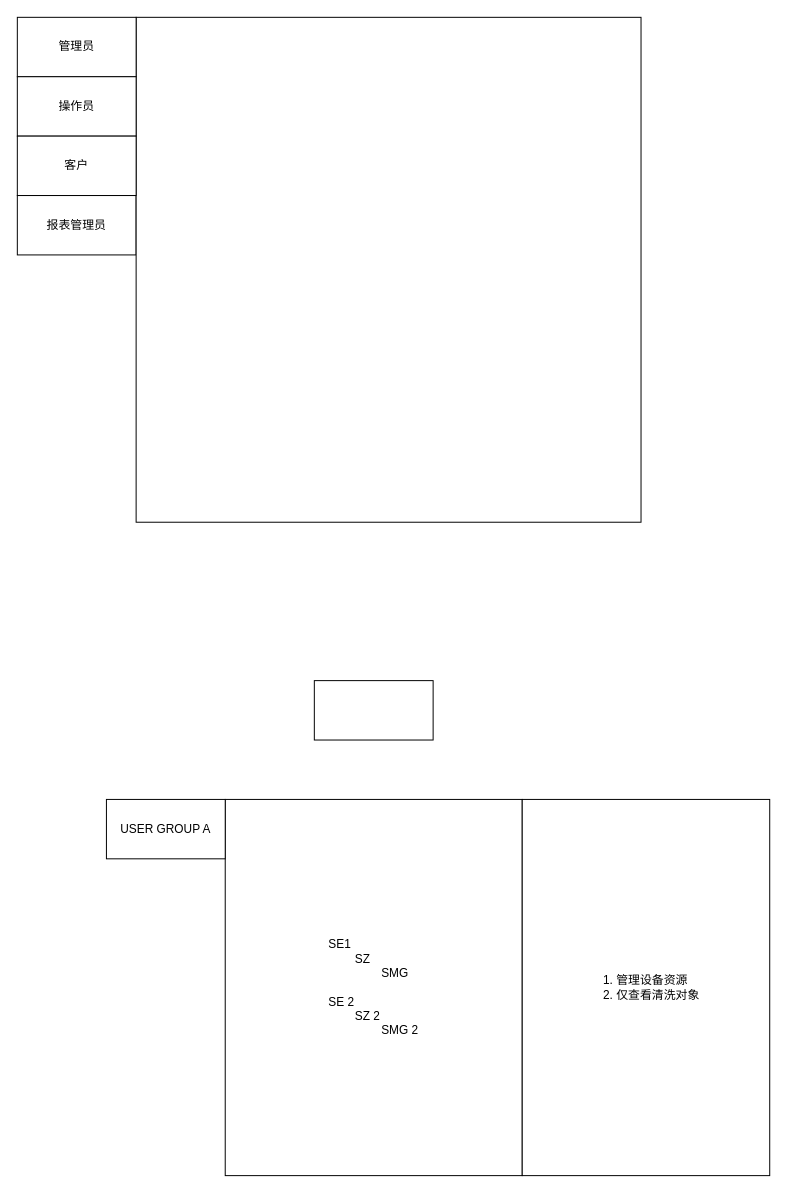
Above: adbos/adbos - permissions.drawio in dtdg0322/draw.io (draw.io), before the change. Source tidied: cells renumbered, new cells numbered last; positions are measured from the earlier drawing's top-left corner, leaving out a move shared by most shapes. Both pictures are drawn from the tidied source at 99%, with x=0, y=0 at pixel (17, 17).
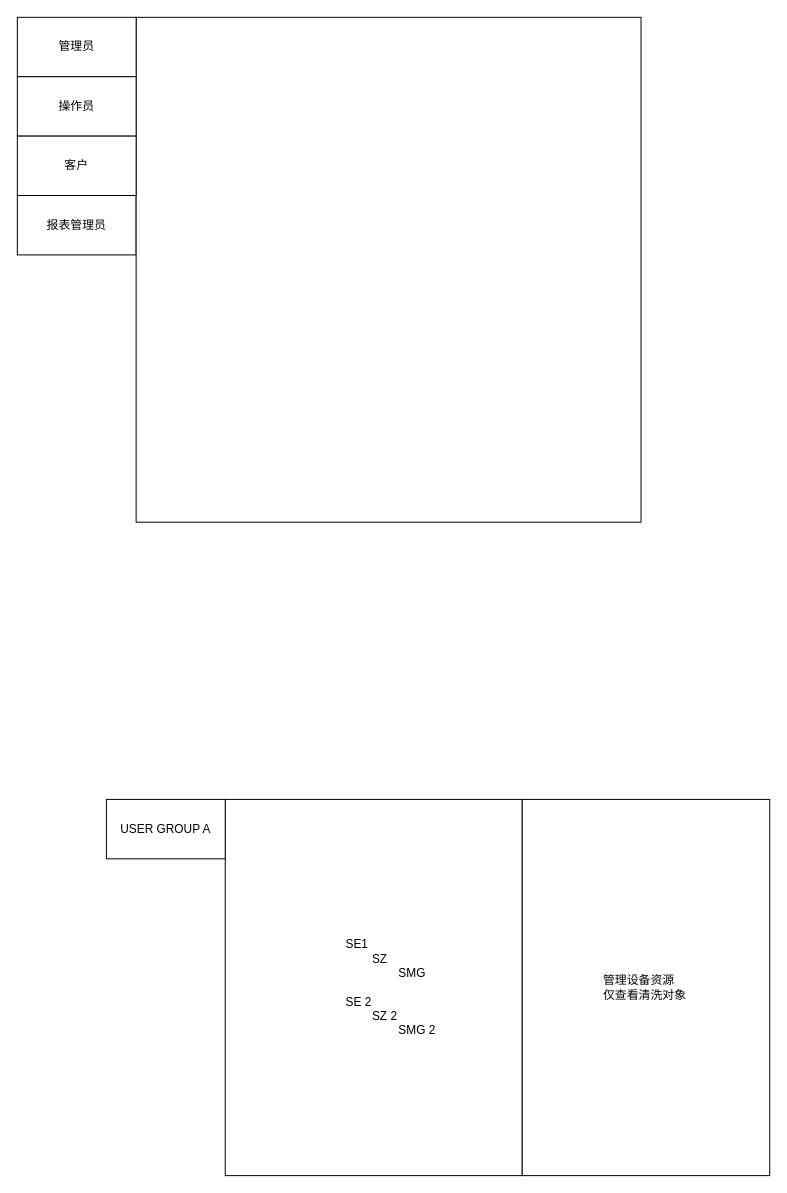
After the change.

Change to the diagram source:
```diff
@@
 <mxGraphModel>
   <root>
     <mxCell id="0" />
     <mxCell id="1" parent="0" />
-    <mxCell id="2" value="&lt;div style=&quot;text-align: left;&quot;&gt;&lt;span style=&quot;background-color: transparent; color: light-dark(rgb(0, 0, 0), rgb(255, 255, 255));&quot;&gt;SE1&lt;/span&gt;&lt;/div&gt;&lt;div&gt;&lt;div style=&quot;text-align: left;&quot;&gt;&lt;span style=&quot;background-color: transparent; color: light-dark(rgb(0, 0, 0), rgb(255, 255, 255));&quot;&gt;&lt;span style=&quot;white-space: pre;&quot;&gt;&#9;&lt;/span&gt;SZ&lt;/span&gt;&lt;/div&gt;&lt;span style=&quot;white-space: pre;&quot;&gt;&lt;div style=&quot;text-align: left;&quot;&gt;&lt;span style=&quot;background-color: transparent; color: light-dark(rgb(0, 0, 0), rgb(255, 255, 255));&quot;&gt;&#9;&lt;span style=&quot;white-space: pre;&quot;&gt;&#9;&lt;/span&gt;&lt;/span&gt;&lt;span style=&quot;background-color: transparent; color: light-dark(rgb(0, 0, 0), rgb(255, 255, 255)); white-space: normal;&quot;&gt;SMG&lt;/span&gt;&lt;/div&gt;&lt;/span&gt;&lt;/div&gt;&lt;div&gt;&lt;div style=&quot;text-align: left;&quot;&gt;&lt;br&gt;&lt;/div&gt;&lt;div style=&quot;text-align: left;&quot;&gt;&lt;span style=&quot;background-color: transparent; color: light-dark(rgb(0, 0, 0), rgb(255, 255, 255));&quot;&gt;SE 2&lt;/span&gt;&lt;/div&gt;&lt;div style=&quot;text-align: left;&quot;&gt;&lt;span style=&quot;background-color: transparent; color: light-dark(rgb(0, 0, 0), rgb(255, 255, 255)); white-space: pre;&quot;&gt;&#9;&lt;/span&gt;&lt;span style=&quot;background-color: transparent; color: light-dark(rgb(0, 0, 0), rgb(255, 255, 255));&quot;&gt;SZ 2&lt;/span&gt;&lt;/div&gt;&lt;div style=&quot;text-align: left;&quot;&gt;&lt;span style=&quot;background-color: transparent; color: light-dark(rgb(0, 0, 0), rgb(255, 255, 255)); white-space: pre;&quot;&gt;&#9;&lt;span style=&quot;white-space: pre;&quot;&gt;&#9;&lt;/span&gt;&lt;/span&gt;&lt;span style=&quot;background-color: transparent; color: light-dark(rgb(0, 0, 0), rgb(255, 255, 255));&quot;&gt;SMG 2&lt;/span&gt;&lt;/div&gt;&lt;/div&gt;" style="rounded=0;whiteSpace=wrap;html=1;" parent="1" vertex="1">
+    <mxCell id="2" value="&lt;blockquote style=&quot;margin: 0 0 0 40px; border: none; padding: 0px;&quot;&gt;&lt;blockquote style=&quot;margin: 0 0 0 40px; border: none; padding: 0px;&quot;&gt;&lt;blockquote style=&quot;margin: 0 0 0 40px; border: none; padding: 0px;&quot;&gt;&lt;div style=&quot;&quot;&gt;&lt;span style=&quot;background-color: transparent; color: light-dark(rgb(0, 0, 0), rgb(255, 255, 255));&quot;&gt;SE1&lt;/span&gt;&lt;/div&gt;&lt;/blockquote&gt;&lt;/blockquote&gt;&lt;blockquote style=&quot;margin: 0 0 0 40px; border: none; padding: 0px;&quot;&gt;&lt;blockquote style=&quot;margin: 0 0 0 40px; border: none; padding: 0px;&quot;&gt;&lt;div&gt;&lt;div style=&quot;&quot;&gt;&lt;span style=&quot;background-color: transparent; color: light-dark(rgb(0, 0, 0), rgb(255, 255, 255));&quot;&gt;&lt;span style=&quot;white-space: pre;&quot;&gt;&#9;&lt;/span&gt;SZ&lt;/span&gt;&lt;/div&gt;&lt;/div&gt;&lt;/blockquote&gt;&lt;/blockquote&gt;&lt;blockquote style=&quot;margin: 0 0 0 40px; border: none; padding: 0px;&quot;&gt;&lt;blockquote style=&quot;margin: 0 0 0 40px; border: none; padding: 0px;&quot;&gt;&lt;div&gt;&lt;span style=&quot;white-space: pre;&quot;&gt;&lt;div style=&quot;&quot;&gt;&lt;span style=&quot;background-color: transparent; color: light-dark(rgb(0, 0, 0), rgb(255, 255, 255));&quot;&gt;&#9;&lt;span style=&quot;white-space: pre;&quot;&gt;&#9;&lt;/span&gt;&lt;/span&gt;&lt;span style=&quot;background-color: transparent; color: light-dark(rgb(0, 0, 0), rgb(255, 255, 255)); white-space: normal;&quot;&gt;SMG&lt;/span&gt;&lt;/div&gt;&lt;/span&gt;&lt;/div&gt;&lt;/blockquote&gt;&lt;/blockquote&gt;&lt;blockquote style=&quot;margin: 0 0 0 40px; border: none; padding: 0px;&quot;&gt;&lt;blockquote style=&quot;margin: 0 0 0 40px; border: none; padding: 0px;&quot;&gt;&lt;div&gt;&lt;div style=&quot;&quot;&gt;&lt;br&gt;&lt;/div&gt;&lt;/div&gt;&lt;/blockquote&gt;&lt;/blockquote&gt;&lt;blockquote style=&quot;margin: 0 0 0 40px; border: none; padding: 0px;&quot;&gt;&lt;blockquote style=&quot;margin: 0 0 0 40px; border: none; padding: 0px;&quot;&gt;&lt;div&gt;&lt;div style=&quot;&quot;&gt;&lt;span style=&quot;background-color: transparent; color: light-dark(rgb(0, 0, 0), rgb(255, 255, 255));&quot;&gt;SE 2&lt;/span&gt;&lt;/div&gt;&lt;/div&gt;&lt;/blockquote&gt;&lt;/blockquote&gt;&lt;blockquote style=&quot;margin: 0 0 0 40px; border: none; padding: 0px;&quot;&gt;&lt;blockquote style=&quot;margin: 0 0 0 40px; border: none; padding: 0px;&quot;&gt;&lt;div&gt;&lt;div style=&quot;&quot;&gt;&lt;span style=&quot;background-color: transparent; color: light-dark(rgb(0, 0, 0), rgb(255, 255, 255)); white-space: pre;&quot;&gt;&#9;&lt;/span&gt;&lt;span style=&quot;background-color: transparent; color: light-dark(rgb(0, 0, 0), rgb(255, 255, 255));&quot;&gt;SZ 2&lt;/span&gt;&lt;/div&gt;&lt;/div&gt;&lt;/blockquote&gt;&lt;/blockquote&gt;&lt;blockquote style=&quot;margin: 0 0 0 40px; border: none; padding: 0px;&quot;&gt;&lt;blockquote style=&quot;margin: 0 0 0 40px; border: none; padding: 0px;&quot;&gt;&lt;div&gt;&lt;div style=&quot;&quot;&gt;&lt;span style=&quot;background-color: transparent; color: light-dark(rgb(0, 0, 0), rgb(255, 255, 255)); white-space: pre;&quot;&gt;&#9;&lt;span style=&quot;white-space: pre;&quot;&gt;&#9;&lt;/span&gt;&lt;/span&gt;&lt;span style=&quot;background-color: transparent; color: light-dark(rgb(0, 0, 0), rgb(255, 255, 255));&quot;&gt;SMG 2&lt;/span&gt;&lt;/div&gt;&lt;/div&gt;&lt;/blockquote&gt;&lt;/blockquote&gt;&lt;/blockquote&gt;" style="rounded=0;whiteSpace=wrap;html=1;align=left;" parent="1" vertex="1">
       <mxGeometry x="210" y="790" width="300" height="380" as="geometry" />
     </mxCell>
     <mxCell id="3" value="报表管理员" style="rounded=0;whiteSpace=wrap;html=1;" parent="1" vertex="1">
       <mxGeometry y="180" width="120" height="60" as="geometry" />
     </mxCell>
     <mxCell id="4" style="whiteSpace=wrap;html=1;" parent="1" vertex="1">
       <mxGeometry x="120" width="510" height="510" as="geometry" />
     </mxCell>
     <mxCell id="5" value="管理员" style="rounded=0;whiteSpace=wrap;html=1;" parent="1" vertex="1">
       <mxGeometry width="120" height="60" as="geometry" />
     </mxCell>
     <mxCell id="6" value="操作员" style="rounded=0;whiteSpace=wrap;html=1;" parent="1" vertex="1">
       <mxGeometry y="60" width="120" height="60" as="geometry" />
     </mxCell>
     <mxCell id="7" value="客户" style="rounded=0;whiteSpace=wrap;html=1;" parent="1" vertex="1">
       <mxGeometry y="120" width="120" height="60" as="geometry" />
     </mxCell>
     <mxCell id="8" value="USER GROUP A" style="rounded=0;whiteSpace=wrap;html=1;" parent="1" vertex="1">
       <mxGeometry x="90" y="790" width="120" height="60" as="geometry" />
     </mxCell>
-    <mxCell id="9" value="&lt;div&gt;&lt;span style=&quot;white-space: pre;&quot;&gt;&#9;&lt;/span&gt;&lt;span style=&quot;white-space: pre;&quot;&gt;&#9;&lt;/span&gt;&lt;span style=&quot;white-space: pre;&quot;&gt;&#9;&lt;/span&gt;1. 管理设备资源&lt;/div&gt;&lt;div&gt;&lt;span style=&quot;white-space: pre;&quot;&gt;&lt;span style=&quot;white-space: pre;&quot;&gt;&#9;&lt;/span&gt;&#9;&lt;/span&gt;&lt;span style=&quot;white-space: pre;&quot;&gt;&#9;&lt;/span&gt;2. 仅查看清洗对象&lt;/div&gt;" style="rounded=0;whiteSpace=wrap;html=1;align=left;" parent="1" vertex="1">
+    <mxCell id="9" value="&lt;blockquote style=&quot;margin: 0 0 0 40px; border: none; padding: 0px;&quot;&gt;&lt;blockquote style=&quot;margin: 0 0 0 40px; border: none; padding: 0px;&quot;&gt;&lt;div&gt;管理设备资源&lt;/div&gt;&lt;/blockquote&gt;&lt;blockquote style=&quot;margin: 0 0 0 40px; border: none; padding: 0px;&quot;&gt;&lt;div&gt;仅查看清洗对象&lt;/div&gt;&lt;/blockquote&gt;&lt;/blockquote&gt;" style="rounded=0;whiteSpace=wrap;html=1;align=left;" parent="1" vertex="1">
       <mxGeometry x="510" y="790" width="250" height="380" as="geometry" />
     </mxCell>
-    <mxCell id="10" style="rounded=0;whiteSpace=wrap;html=1;strokeColor=default;" parent="1" vertex="1">
-      <mxGeometry x="300" y="670" width="120" height="60" as="geometry" />
-    </mxCell>
   </root>
 </mxGraphModel>
```
